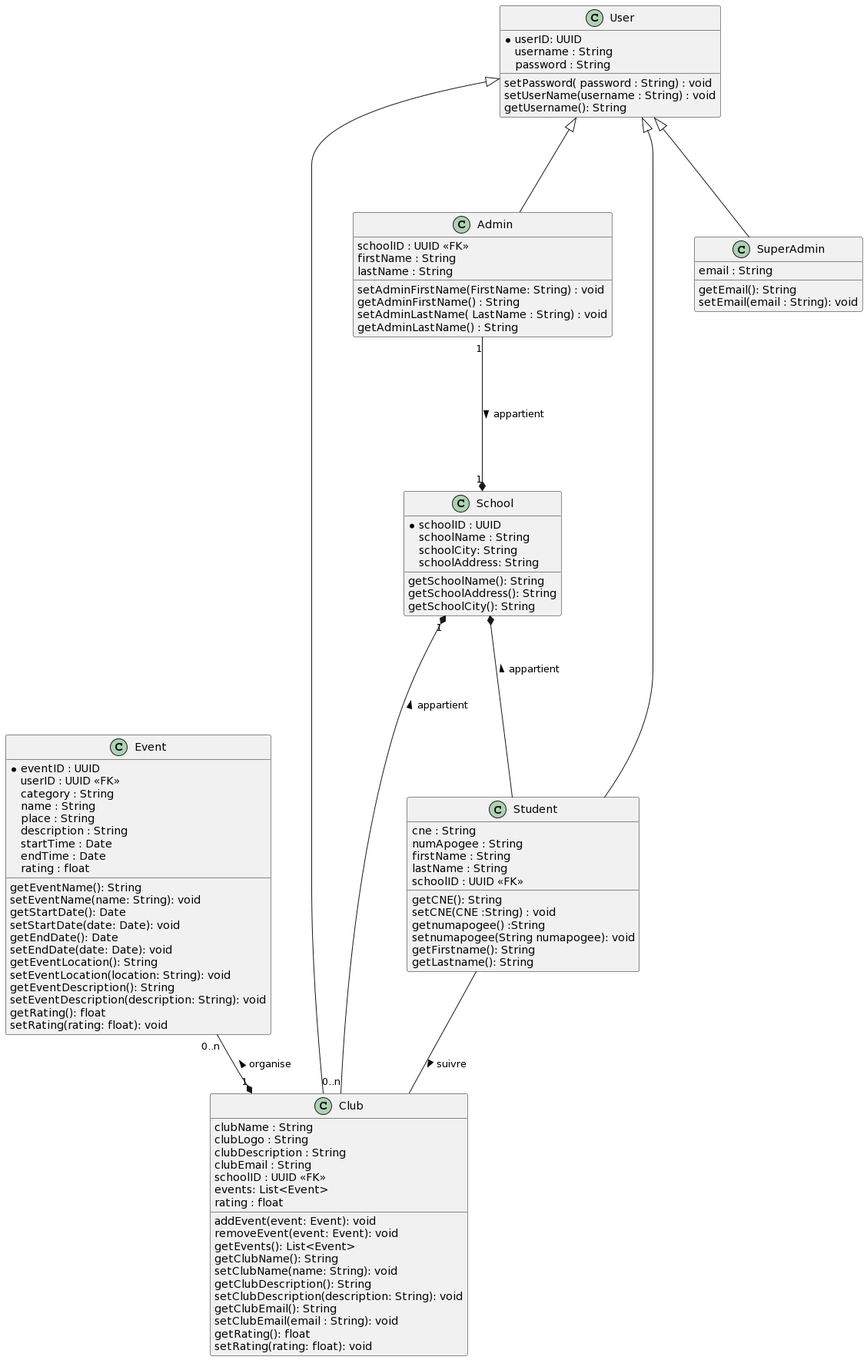
Before: UML Diagrams/class diagram.png, a diagram exported from PlantUML (m-elhamlaoui/development-platform-biog).
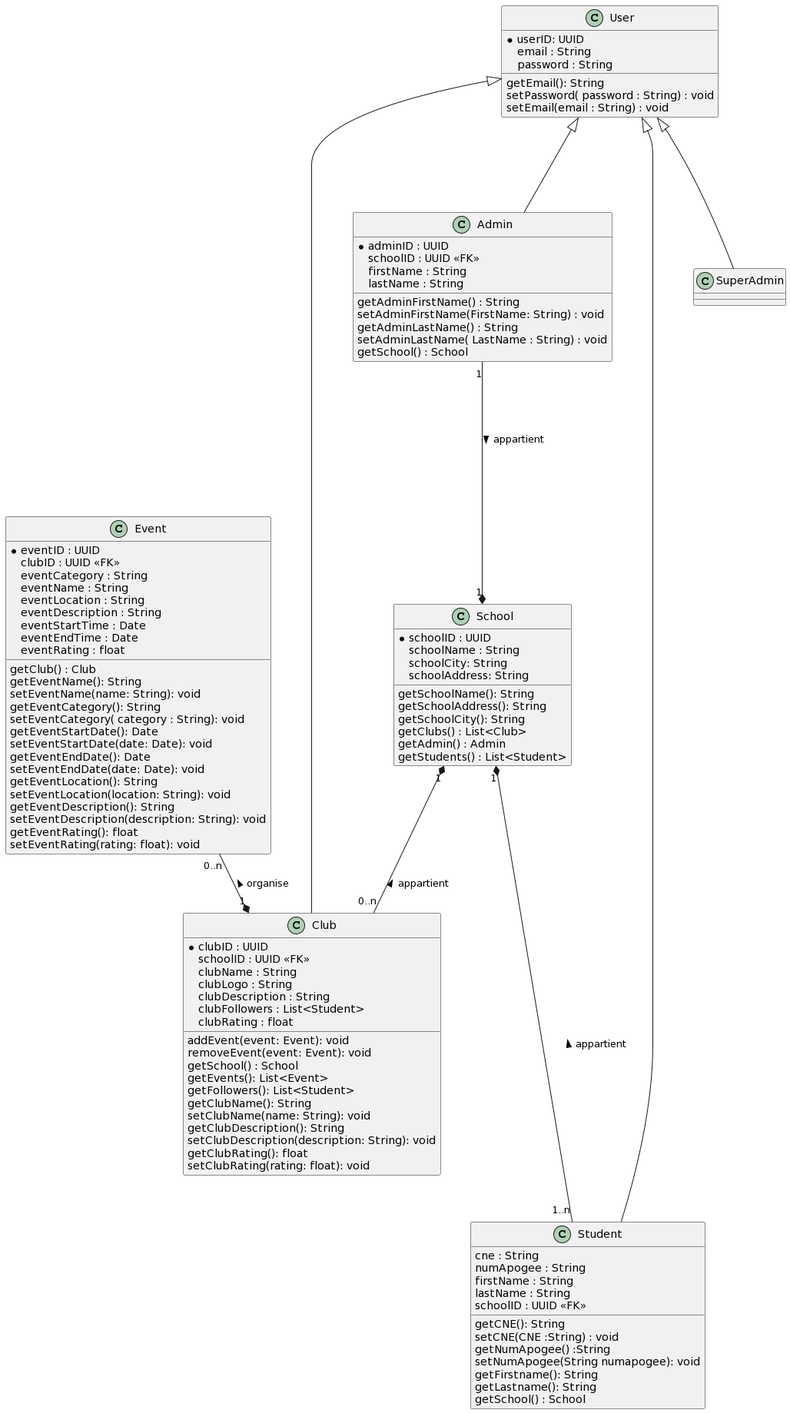
After the commit.

Commit message:
updated uml diagrams

What changed in the source:
```diff
@@ -7,69 +7,77 @@
   getSchoolName(): String
   getSchoolAddress(): String
   getSchoolCity(): String
+  getClubs() : List<Club>
+  getAdmin() : Admin
+  getStudents() : List<Student>
 }
 class           Event {
   *eventID : UUID
-  userID : UUID <<FK>>
-  category : String
-  name : String
-  place : String
-  description : String
-  startTime : Date
-  endTime : Date
-  rating : float
+  clubID : UUID <<FK>>
+  eventCategory : String
+  eventName : String
+  eventLocation : String
+  eventDescription : String
+  eventStartTime : Date
+  eventEndTime : Date
+  eventRating : float
+  getClub() : Club
   getEventName(): String
   setEventName(name: String): void
-  getStartDate(): Date
-  setStartDate(date: Date): void
-  getEndDate(): Date
-  setEndDate(date: Date): void
+  getEventCategory(): String
+  setEventCategory( category : String): void
+  getEventStartDate(): Date
+  setEventStartDate(date: Date): void
+  getEventEndDate(): Date
+  setEventEndDate(date: Date): void
   getEventLocation(): String
   setEventLocation(location: String): void
   getEventDescription(): String
   setEventDescription(description: String): void
-  getRating(): float
-  setRating(rating: float): void
+  getEventRating(): float
+  setEventRating(rating: float): void
 }
 
 class   Club{
+  *clubID : UUID
+  schoolID : UUID <<FK>>
   clubName : String
   clubLogo : String
   clubDescription : String
-  clubEmail : String
-  schoolID : UUID <<FK>>
-  events: List<Event>
-  rating : float
+  clubFollowers : List<Student>
+  clubRating : float
   addEvent(event: Event): void
   removeEvent(event: Event): void
+  getSchool() : School
   getEvents(): List<Event>
+  getFollowers(): List<Student>
   getClubName(): String
   setClubName(name: String): void
   getClubDescription(): String
   setClubDescription(description: String): void
-  getClubEmail(): String
-  setClubEmail(email : String): void
-  getRating(): float
-  setRating(rating: float): void
+  getClubRating(): float
+  setClubRating(rating: float): void
 }
 
 class    User{
   *userID: UUID
-  username : String
+  email : String
   password : String
+  getEmail(): String
   setPassword( password : String) : void
-  setUserName(username : String) : void
-  getUsername(): String
+  setEmail(email : String) : void
 }
 
 class           Admin {
+  *adminID : UUID
   schoolID : UUID <<FK>>
   firstName : String
   lastName : String
+  getAdminFirstName() : String
   setAdminFirstName(FirstName: String) : void
-  getAdminFirstName() : String
+  getAdminLastName() : String
   setAdminLastName( LastName : String) : void
-  getAdminLastName() : String
+  getSchool() : School
 }
 
 class Student{
@@ -80,26 +88,23 @@
   schoolID : UUID <<FK>>
   getCNE(): String
   setCNE(CNE :String) : void
-  getnumapogee() :String
-  setnumapogee(String numapogee): void
+  getNumApogee() :String
+  setNumApogee(String numapogee): void
   getFirstname(): String
   getLastname(): String
+  getSchool() : School
 }
 
 class   SuperAdmin {
-  email : String
-  getEmail(): String
-  setEmail(email : String): void
 }
 
 User <|--- SuperAdmin
 User <|--- Admin
 User <|--- Student
-User <|-- Club
+User <|--- Club
 
 Event  "0..n" --* "1" Club : < organise
 School "1" *-- "0..n" Club : < appartient
-Student -- Club : > suivre
-School *--- Student : < appartient
+School "1" *--- "1..n" Student : < appartient
 Admin "1" ----* "1" School : > appartient
 @enduml
```
